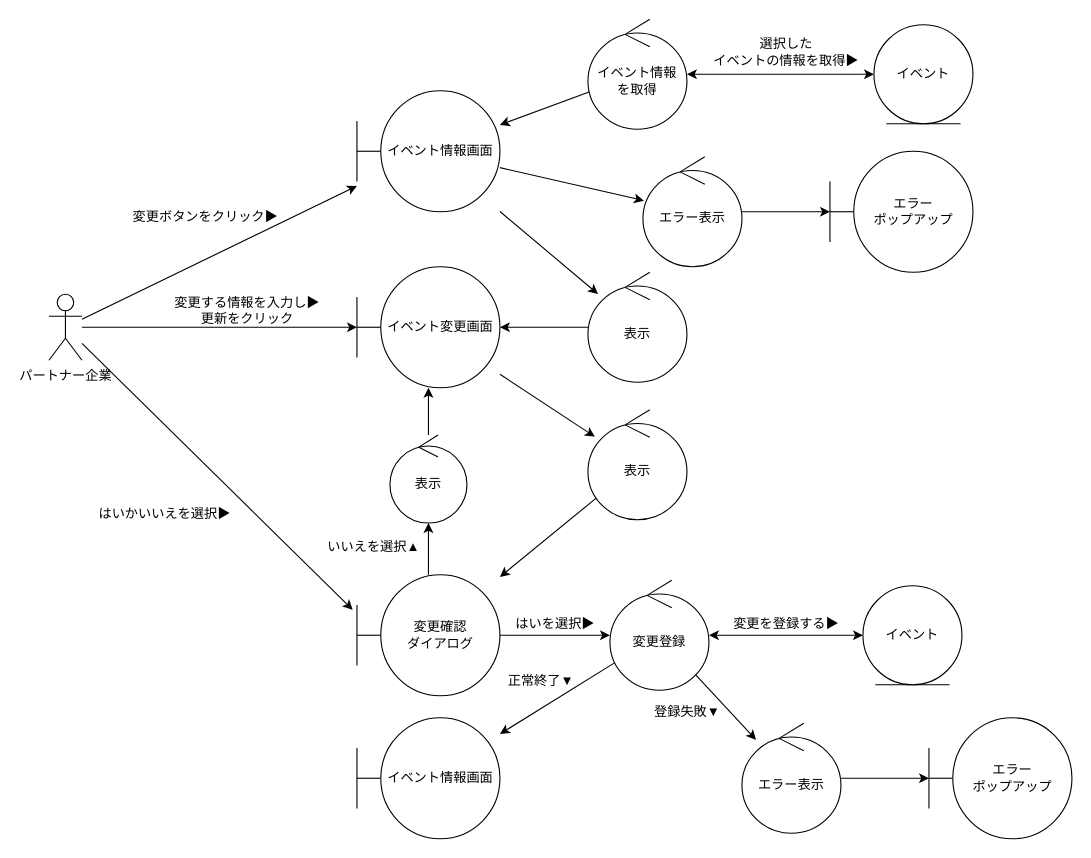
Earlier version of the draw.io diagram page "イベント変更" (5 of 11) of out/ロバストネス図/パートナー企業-ロバストネス図.drawio (ksw2270227/GroupF). Source tidied: cells renumbered, new cells numbered last; positions are measured from the earlier drawing's top-left corner, leaving out a move shared by most shapes. Both pictures are drawn from the tidied source at 110%, with x=0, y=0 at pixel (48, 19).
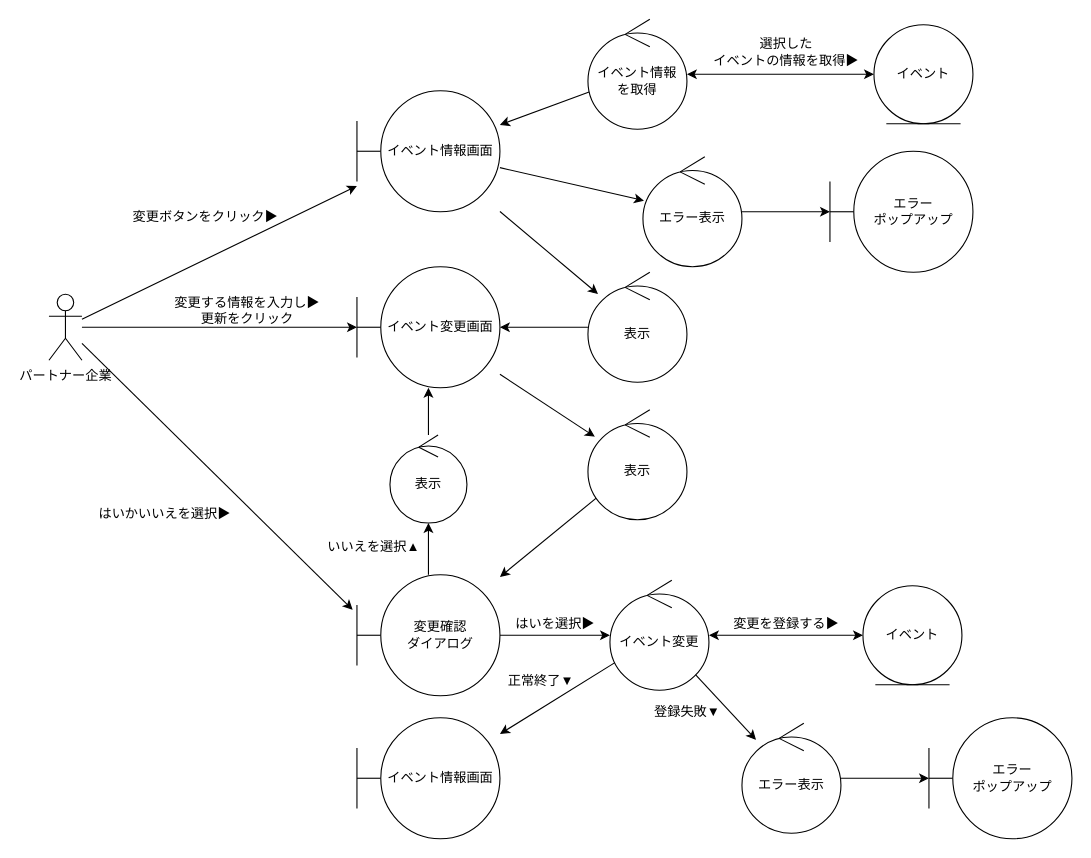
Above is the later version.

Diff of the diagram source:
```diff
@@
-    <mxCell id="33" value="変更登録" style="ellipse;shape=umlControl;whiteSpace=wrap;html=1;" parent="1" vertex="1">
+    <mxCell id="33" value="イベント変更" style="ellipse;shape=umlControl;whiteSpace=wrap;html=1;" parent="1" vertex="1">
       <mxGeometry x="510" y="510" width="90" height="100" as="geometry" />
     </mxCell>
```
